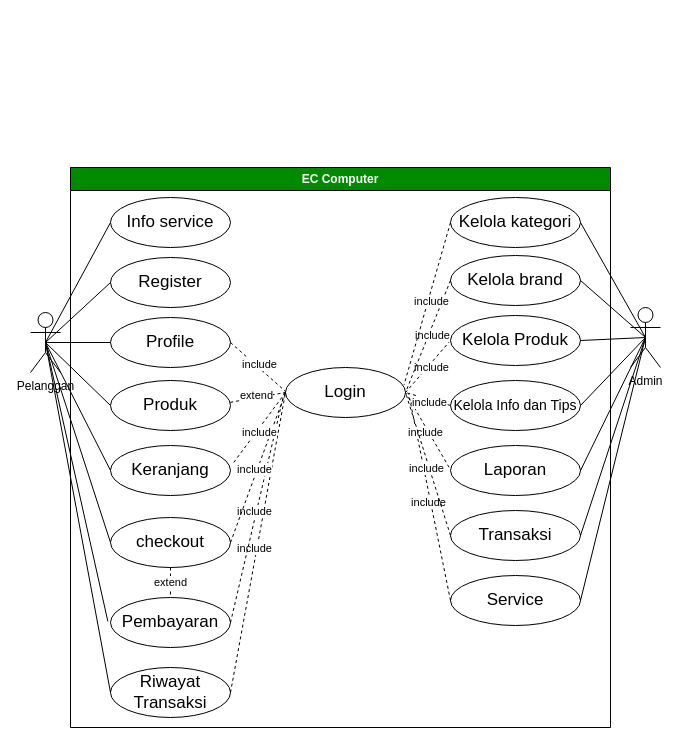
Before: page "use case update" (10 of 42) of skrpsian.drawio in ThikerXCX/umltoko, a draw.io diagram. Source tidied: cells renumbered, new cells numbered last; positions are measured from the earlier drawing's top-left corner, leaving out a move shared by most shapes. Both pictures are drawn from the tidied source at 100%, with x=0, y=0 at pixel (30, 167).
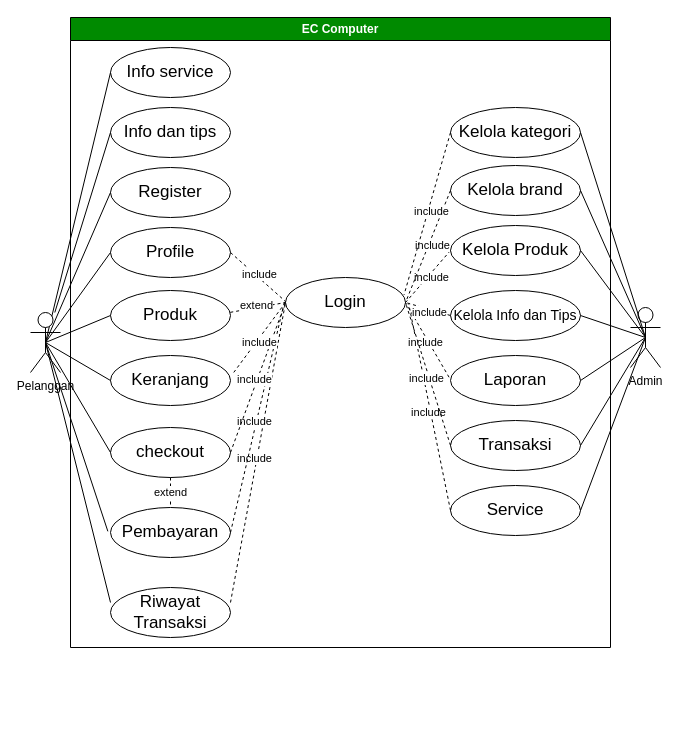
Above is the later version.

Commit message:
use case update

Unchanged cells that the change refers to:
```xml
<mxCell id="48" value="Pelanggan" style="shape=umlActor;verticalLabelPosition=bottom;verticalAlign=top;html=1;outlineConnect=0;" parent="1" vertex="1">
  <mxGeometry y="145" width="30" height="60" as="geometry" />
</mxCell>
```

The edit, as a diff of the source:
```diff
@@
     <mxCell id="2" value="EC Computer" style="swimlane;whiteSpace=wrap;html=1;fillColor=#008a00;fontColor=#ffffff;strokeColor=#000000;" parent="1" vertex="1">
-      <mxGeometry x="40" width="540" height="560" as="geometry" />
+      <mxGeometry x="40" y="-150" width="540" height="630" as="geometry" />
     </mxCell>
     <mxCell id="3" value="&lt;font style=&quot;font-size: 17px;&quot;&gt;Register&lt;/font&gt;" style="ellipse;whiteSpace=wrap;html=1;fillColor=none;" parent="2" vertex="1">
-      <mxGeometry x="40" y="90" width="120" height="50" as="geometry" />
+      <mxGeometry x="40" y="150" width="120" height="50" as="geometry" />
     </mxCell>
     <mxCell id="4" value="&lt;font style=&quot;font-size: 17px;&quot;&gt;Profile&lt;/font&gt;" style="ellipse;whiteSpace=wrap;html=1;fillColor=none;" parent="2" vertex="1">
-      <mxGeometry x="40" y="150" width="120" height="50" as="geometry" />
+      <mxGeometry x="40" y="210" width="120" height="50" as="geometry" />
     </mxCell>
@@
     <mxCell id="15" value="&lt;font style=&quot;font-size: 17px;&quot;&gt;checkout&lt;/font&gt;" style="ellipse;whiteSpace=wrap;html=1;fillColor=none;" parent="2" vertex="1">
-      <mxGeometry x="40" y="350" width="120" height="50" as="geometry" />
+      <mxGeometry x="40" y="410" width="120" height="50" as="geometry" />
     </mxCell>
     <mxCell id="16" value="&lt;font style=&quot;font-size: 17px;&quot;&gt;Pembayaran&lt;/font&gt;" style="ellipse;whiteSpace=wrap;html=1;fillColor=none;" parent="2" vertex="1">
-      <mxGeometry x="40" y="430" width="120" height="50" as="geometry" />
+      <mxGeometry x="40" y="490" width="120" height="50" as="geometry" />
     </mxCell>
     <mxCell id="17" value="&lt;font style=&quot;font-size: 17px;&quot;&gt;Kelola Produk&lt;/font&gt;" style="ellipse;whiteSpace=wrap;html=1;fillColor=none;" parent="2" vertex="1">
-      <mxGeometry x="380" y="148" width="130" height="50" as="geometry" />
+      <mxGeometry x="380" y="208" width="130" height="50" as="geometry" />
     </mxCell>
     <mxCell id="18" value="&lt;font style=&quot;font-size: 14px;&quot;&gt;Kelola Info dan Tips&lt;/font&gt;" style="ellipse;whiteSpace=wrap;html=1;fillColor=none;" parent="2" vertex="1">
-      <mxGeometry x="380" y="213" width="130" height="50" as="geometry" />
+      <mxGeometry x="380" y="273" width="130" height="50" as="geometry" />
     </mxCell>
     <mxCell id="19" value="&lt;font style=&quot;font-size: 17px;&quot;&gt;Laporan&lt;/font&gt;" style="ellipse;whiteSpace=wrap;html=1;fillColor=none;" parent="2" vertex="1">
-      <mxGeometry x="380" y="278" width="130" height="50" as="geometry" />
+      <mxGeometry x="380" y="338" width="130" height="50" as="geometry" />
     </mxCell>
     <mxCell id="20" value="&lt;font style=&quot;font-size: 17px;&quot;&gt;Transaksi&lt;/font&gt;" style="ellipse;whiteSpace=wrap;html=1;fillColor=none;" parent="2" vertex="1">
-      <mxGeometry x="380" y="343" width="130" height="50" as="geometry" />
+      <mxGeometry x="380" y="403" width="130" height="50" as="geometry" />
     </mxCell>
     <mxCell id="21" value="&lt;font style=&quot;font-size: 17px;&quot;&gt;Service&lt;/font&gt;" style="ellipse;whiteSpace=wrap;html=1;fillColor=none;" parent="2" vertex="1">
-      <mxGeometry x="380" y="408" width="130" height="50" as="geometry" />
+      <mxGeometry x="380" y="468" width="130" height="50" as="geometry" />
     </mxCell>
     <mxCell id="22" value="&lt;font style=&quot;font-size: 17px;&quot;&gt;Login&lt;/font&gt;" style="ellipse;whiteSpace=wrap;html=1;fillColor=none;" parent="2" vertex="1">
-      <mxGeometry x="215" y="200" width="120" height="50" as="geometry" />
+      <mxGeometry x="215" y="260" width="120" height="50" as="geometry" />
     </mxCell>
@@
     <mxCell id="25" value="&lt;font style=&quot;font-size: 17px;&quot;&gt;Riwayat Transaksi&lt;/font&gt;" style="ellipse;whiteSpace=wrap;html=1;fillColor=none;" parent="2" vertex="1">
-      <mxGeometry x="40" y="500" width="120" height="50" as="geometry" />
+      <mxGeometry x="40" y="570" width="120" height="50" as="geometry" />
     </mxCell>
@@
-    <mxCell id="27" style="rounded=0;jettySize=auto;html=1;exitX=1;exitY=0.5;exitDx=0;exitDy=0;dashed=1;endArrow=none;endFill=0;entryX=0;entryY=0.5;entryDx=0;entryDy=0;" parent="2" edge="1" source="25" target="22">
-      <mxGeometry relative="1" as="geometry" />
+    <mxCell id="27" style="rounded=0;jettySize=auto;html=1;exitX=1;exitY=0.5;exitDx=0;exitDy=0;dashed=1;endArrow=none;endFill=0;entryX=0;entryY=0.5;entryDx=0;entryDy=0;" parent="2" edge="1" target="22">
+      <mxGeometry relative="1" as="geometry">
+        <mxPoint x="160" y="585" as="sourcePoint" />
+      </mxGeometry>
     </mxCell>
@@
     <mxCell id="35" value="&lt;font style=&quot;font-size: 17px;&quot;&gt;Kelola brand&lt;/font&gt;" style="ellipse;whiteSpace=wrap;html=1;fillColor=none;" parent="2" vertex="1">
-      <mxGeometry x="380" y="88" width="130" height="50" as="geometry" />
+      <mxGeometry x="380" y="148" width="130" height="50" as="geometry" />
     </mxCell>
     <mxCell id="36" value="&lt;span style=&quot;font-size: 17px;&quot;&gt;Kelola kategori&lt;/span&gt;" style="ellipse;whiteSpace=wrap;html=1;fillColor=none;" parent="2" vertex="1">
-      <mxGeometry x="380" y="30" width="130" height="50" as="geometry" />
+      <mxGeometry x="380" y="90" width="130" height="50" as="geometry" />
     </mxCell>
@@
     <mxCell id="41" value="&lt;font style=&quot;font-size: 17px;&quot;&gt;Keranjang&lt;/font&gt;" style="ellipse;whiteSpace=wrap;html=1;fillColor=none;" parent="2" vertex="1">
-      <mxGeometry x="40" y="278" width="120" height="50" as="geometry" />
+      <mxGeometry x="40" y="338" width="120" height="50" as="geometry" />
     </mxCell>
     <mxCell id="42" value="&lt;span style=&quot;font-size: 17px;&quot;&gt;Produk&lt;/span&gt;" style="ellipse;whiteSpace=wrap;html=1;fillColor=none;" parent="2" vertex="1">
-      <mxGeometry x="40" y="213" width="120" height="50" as="geometry" />
+      <mxGeometry x="40" y="273" width="120" height="50" as="geometry" />
     </mxCell>
@@
+    <mxCell id="64" value="&lt;span style=&quot;font-size: 17px;&quot;&gt;Info dan tips&lt;/span&gt;" style="ellipse;whiteSpace=wrap;html=1;fillColor=none;" parent="2" vertex="1">
+      <mxGeometry x="40" y="90" width="120" height="50" as="geometry" />
+    </mxCell>
@@
-    <mxCell id="52" style="rounded=0;jettySize=auto;html=1;endArrow=none;endFill=0;entryX=0;entryY=0.5;entryDx=0;entryDy=0;exitX=0.5;exitY=0.5;exitDx=0;exitDy=0;exitPerimeter=0;" parent="1" edge="1" source="48" target="25">
-      <mxGeometry relative="1" as="geometry" />
+    <mxCell id="52" style="rounded=0;jettySize=auto;html=1;endArrow=none;endFill=0;entryX=0;entryY=0.5;entryDx=0;entryDy=0;exitX=0.5;exitY=0.5;exitDx=0;exitDy=0;exitPerimeter=0;" parent="1" edge="1" source="48">
+      <mxGeometry relative="1" as="geometry">
+        <mxPoint x="80" y="435" as="targetPoint" />
+      </mxGeometry>
     </mxCell>
@@
+    <mxCell id="65" style="rounded=0;jettySize=auto;html=1;entryX=0;entryY=0.5;entryDx=0;entryDy=0;endArrow=none;endFill=0;" parent="1" edge="1" source="48" target="64">
+      <mxGeometry relative="1" as="geometry" />
+    </mxCell>
```
